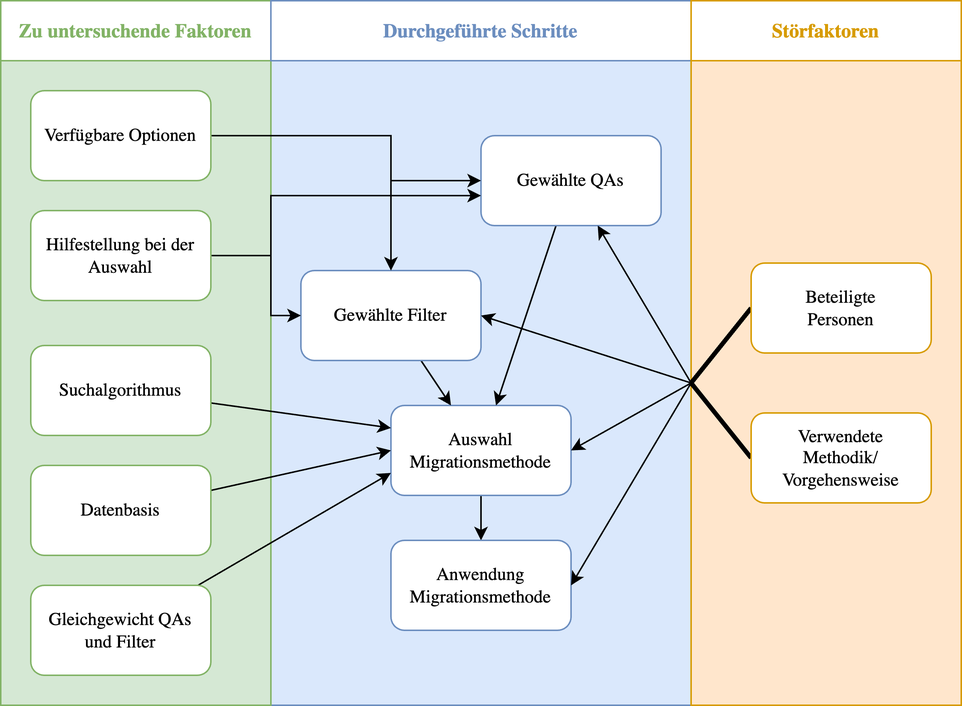
This is graphics/limitations.drawio.png from axherrm/bachelorarbeit, a draw.io export, as it was before one commit. Source tidied: cells renumbered, new cells last; positions are measured from the earlier drawing's top-left corner, leaving out a move shared by most shapes.
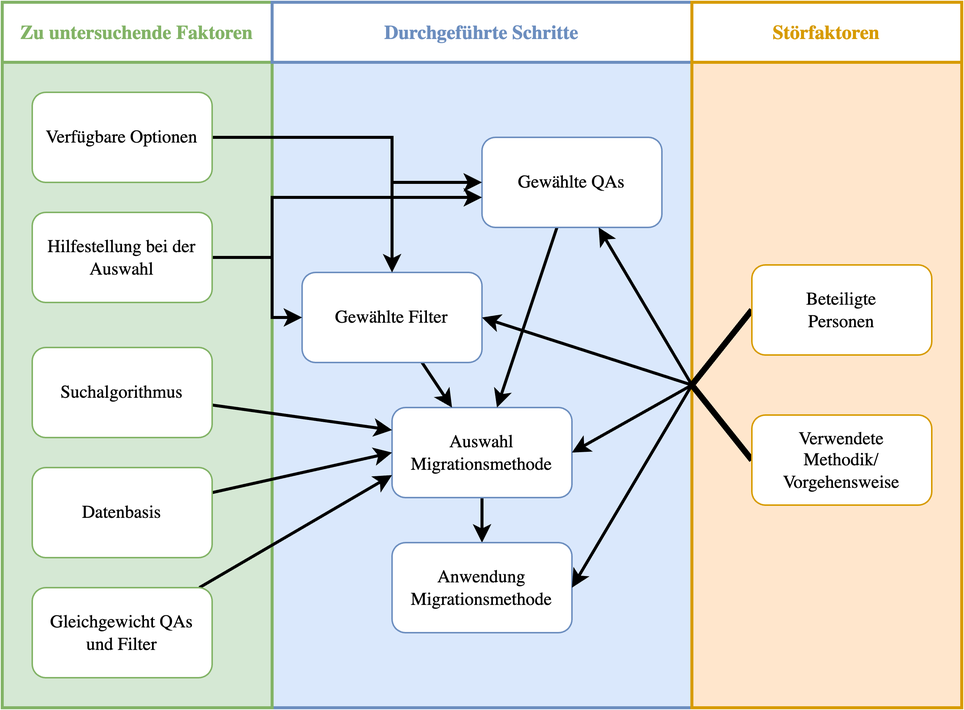
After the commit.

Diff of the diagram source:
```diff
@@ -2,16 +2,16 @@
   <root>
     <mxCell id="0" />
     <mxCell id="1" parent="0" />
-    <mxCell id="2" style="rounded=0;whiteSpace=wrap;html=1;fillColor=#dae8fc;strokeColor=#6c8ebf;fontFamily=TeX Gyre Termes;" parent="1" vertex="1">
+    <mxCell id="2" style="rounded=0;whiteSpace=wrap;html=1;fillColor=#dae8fc;strokeColor=#6c8ebf;fontFamily=TeX Gyre Termes;strokeWidth=2;" parent="1" vertex="1">
       <mxGeometry x="180" y="40" width="280" height="430" as="geometry" />
     </mxCell>
-    <mxCell id="3" style="rounded=0;whiteSpace=wrap;html=1;fillColor=#ffe6cc;strokeColor=#d79b00;fontFamily=TeX Gyre Termes;" parent="1" vertex="1">
+    <mxCell id="3" style="rounded=0;whiteSpace=wrap;html=1;fillColor=#ffe6cc;strokeColor=#d79b00;fontFamily=TeX Gyre Termes;strokeWidth=2;" parent="1" vertex="1">
       <mxGeometry x="460" y="40" width="180" height="430" as="geometry" />
     </mxCell>
-    <mxCell id="4" style="rounded=0;whiteSpace=wrap;html=1;fillColor=#d5e8d4;strokeColor=#82b366;fontFamily=TeX Gyre Termes;" parent="1" vertex="1">
+    <mxCell id="4" style="rounded=0;whiteSpace=wrap;html=1;fillColor=#d5e8d4;strokeColor=#82b366;fontFamily=TeX Gyre Termes;strokeWidth=2;" parent="1" vertex="1">
       <mxGeometry y="40" width="180" height="430" as="geometry" />
     </mxCell>
-    <mxCell id="5" style="edgeStyle=orthogonalEdgeStyle;rounded=0;jettySize=auto;html=1;fontFamily=TeX Gyre Termes;" parent="1" edge="1" source="6" target="7">
+    <mxCell id="5" style="edgeStyle=orthogonalEdgeStyle;rounded=0;jettySize=auto;html=1;fontFamily=TeX Gyre Termes;strokeWidth=2;" parent="1" edge="1" source="6" target="7">
       <mxGeometry relative="1" as="geometry" />
     </mxCell>
     <mxCell id="6" value="Auswahl Migrationsmethode" style="rounded=1;whiteSpace=wrap;html=1;fillColor=#FFFFFF;strokeColor=#6c8ebf;fontFamily=TeX Gyre Termes;" parent="1" vertex="1">
@@ -20,19 +20,19 @@
     <mxCell id="7" value="Anwendung Migrationsmethode" style="rounded=1;whiteSpace=wrap;html=1;fillColor=#FFFFFF;strokeColor=#6c8ebf;fontFamily=TeX Gyre Termes;" parent="1" vertex="1">
       <mxGeometry x="260" y="360" width="120" height="60" as="geometry" />
     </mxCell>
-    <mxCell id="8" style="rounded=0;jettySize=auto;html=1;fontFamily=TeX Gyre Termes;" parent="1" edge="1" source="9" target="6">
+    <mxCell id="8" style="rounded=0;jettySize=auto;html=1;fontFamily=TeX Gyre Termes;strokeWidth=2;" parent="1" edge="1" source="9" target="6">
       <mxGeometry relative="1" as="geometry" />
     </mxCell>
     <mxCell id="9" value="Gewählte QAs" style="rounded=1;whiteSpace=wrap;html=1;fillColor=#FFFFFF;strokeColor=#6c8ebf;fontFamily=TeX Gyre Termes;" parent="1" vertex="1">
       <mxGeometry x="320" y="90" width="120" height="60" as="geometry" />
     </mxCell>
-    <mxCell id="10" style="rounded=0;jettySize=auto;html=1;fontFamily=TeX Gyre Termes;" parent="1" edge="1" source="11" target="6">
+    <mxCell id="10" style="rounded=0;jettySize=auto;html=1;fontFamily=TeX Gyre Termes;strokeWidth=2;" parent="1" edge="1" source="11" target="6">
       <mxGeometry relative="1" as="geometry" />
     </mxCell>
     <mxCell id="11" value="Gewählte Filter" style="rounded=1;whiteSpace=wrap;html=1;fillColor=#FFFFFF;strokeColor=#6c8ebf;fontFamily=TeX Gyre Termes;" parent="1" vertex="1">
       <mxGeometry x="200" y="180" width="120" height="60" as="geometry" />
     </mxCell>
-    <mxCell id="12" style="rounded=0;jettySize=auto;html=1;endArrow=none;endFill=0;strokeWidth=3;exitX=0;exitY=0.5;exitDx=0;exitDy=0;fontFamily=TeX Gyre Termes;" parent="1" edge="1" source="13">
+    <mxCell id="12" style="rounded=0;jettySize=auto;html=1;endArrow=none;endFill=0;strokeWidth=4;exitX=0;exitY=0.5;exitDx=0;exitDy=0;fontFamily=TeX Gyre Termes;" parent="1" edge="1" source="13">
       <mxGeometry relative="1" as="geometry">
         <mxPoint x="460" y="255" as="targetPoint" />
       </mxGeometry>
@@ -40,7 +40,7 @@
     <mxCell id="13" value="Beteiligte&lt;br&gt;Personen" style="rounded=1;whiteSpace=wrap;html=1;fillColor=#FFFFFF;strokeColor=#d79b00;fontFamily=TeX Gyre Termes;" parent="1" vertex="1">
       <mxGeometry x="500" y="175" width="120" height="60" as="geometry" />
     </mxCell>
-    <mxCell id="14" style="rounded=0;jettySize=auto;html=1;endArrow=none;endFill=0;strokeWidth=3;exitX=0;exitY=0.5;exitDx=0;exitDy=0;fontFamily=TeX Gyre Termes;" parent="1" edge="1" source="15">
+    <mxCell id="14" style="rounded=0;jettySize=auto;html=1;endArrow=none;endFill=0;strokeWidth=4;exitX=0;exitY=0.5;exitDx=0;exitDy=0;fontFamily=TeX Gyre Termes;" parent="1" edge="1" source="15">
       <mxGeometry relative="1" as="geometry">
         <mxPoint x="460" y="255" as="targetPoint" />
       </mxGeometry>
@@ -48,16 +48,16 @@
     <mxCell id="15" value="Verwendete &lt;br&gt;Methodik/&lt;br&gt;Vorgehensweise" style="rounded=1;whiteSpace=wrap;html=1;fillColor=#FFFFFF;strokeColor=#d79b00;fontFamily=TeX Gyre Termes;" parent="1" vertex="1">
       <mxGeometry x="500" y="275" width="120" height="60" as="geometry" />
     </mxCell>
-    <mxCell id="16" style="rounded=0;jettySize=auto;html=1;entryX=0;entryY=0.25;entryDx=0;entryDy=0;fontFamily=TeX Gyre Termes;" parent="1" edge="1" source="17" target="6">
+    <mxCell id="16" style="rounded=0;jettySize=auto;html=1;entryX=0;entryY=0.25;entryDx=0;entryDy=0;fontFamily=TeX Gyre Termes;strokeWidth=2;" parent="1" edge="1" source="17" target="6">
       <mxGeometry relative="1" as="geometry" />
     </mxCell>
     <mxCell id="17" value="Suchalgorithmus" style="rounded=1;whiteSpace=wrap;html=1;fillColor=#FFFFFF;strokeColor=#82b366;fontFamily=TeX Gyre Termes;" parent="1" vertex="1">
       <mxGeometry x="20" y="230" width="120" height="60" as="geometry" />
     </mxCell>
-    <mxCell id="18" style="rounded=0;jettySize=auto;html=1;edgeStyle=orthogonalEdgeStyle;fontFamily=TeX Gyre Termes;" parent="1" edge="1" source="20" target="11">
+    <mxCell id="18" style="rounded=0;jettySize=auto;html=1;edgeStyle=orthogonalEdgeStyle;fontFamily=TeX Gyre Termes;strokeWidth=2;" parent="1" edge="1" source="20" target="11">
       <mxGeometry relative="1" as="geometry" />
     </mxCell>
-    <mxCell id="19" style="rounded=0;jettySize=auto;html=1;edgeStyle=orthogonalEdgeStyle;fontFamily=TeX Gyre Termes;" parent="1" edge="1" source="20" target="9">
+    <mxCell id="19" style="rounded=0;jettySize=auto;html=1;edgeStyle=orthogonalEdgeStyle;fontFamily=TeX Gyre Termes;strokeWidth=2;" parent="1" edge="1" source="20" target="9">
       <mxGeometry relative="1" as="geometry">
         <Array as="points">
           <mxPoint x="260" y="90" />
@@ -68,7 +68,7 @@
     <mxCell id="20" value="Verfügbare Optionen" style="rounded=1;whiteSpace=wrap;html=1;fillColor=#FFFFFF;strokeColor=#82b366;fontFamily=TeX Gyre Termes;" parent="1" vertex="1">
       <mxGeometry x="20" y="60" width="120" height="60" as="geometry" />
     </mxCell>
-    <mxCell id="21" style="rounded=0;jettySize=auto;html=1;edgeStyle=orthogonalEdgeStyle;fontFamily=TeX Gyre Termes;" parent="1" edge="1" source="23" target="9">
+    <mxCell id="21" style="rounded=0;jettySize=auto;html=1;edgeStyle=orthogonalEdgeStyle;fontFamily=TeX Gyre Termes;strokeWidth=2;" parent="1" edge="1" source="23" target="9">
       <mxGeometry relative="1" as="geometry">
         <Array as="points">
           <mxPoint x="180" y="170" />
@@ -76,7 +76,7 @@
         </Array>
       </mxGeometry>
     </mxCell>
-    <mxCell id="22" style="rounded=0;jettySize=auto;html=1;edgeStyle=orthogonalEdgeStyle;fontFamily=TeX Gyre Termes;" parent="1" edge="1" source="23" target="11">
+    <mxCell id="22" style="rounded=0;jettySize=auto;html=1;edgeStyle=orthogonalEdgeStyle;fontFamily=TeX Gyre Termes;strokeWidth=2;" parent="1" edge="1" source="23" target="11">
       <mxGeometry relative="1" as="geometry">
         <Array as="points">
           <mxPoint x="180" y="170" />
@@ -87,45 +87,45 @@
     <mxCell id="23" value="Hilfestellung bei der Auswahl" style="rounded=1;whiteSpace=wrap;html=1;fillColor=#FFFFFF;strokeColor=#82b366;fontFamily=TeX Gyre Termes;" parent="1" vertex="1">
       <mxGeometry x="20" y="140" width="120" height="60" as="geometry" />
     </mxCell>
-    <mxCell id="24" style="rounded=0;jettySize=auto;html=1;entryX=0;entryY=0.5;entryDx=0;entryDy=0;fontFamily=TeX Gyre Termes;" parent="1" edge="1" source="25" target="6">
+    <mxCell id="24" style="rounded=0;jettySize=auto;html=1;entryX=0;entryY=0.5;entryDx=0;entryDy=0;fontFamily=TeX Gyre Termes;strokeWidth=2;" parent="1" edge="1" source="25" target="6">
       <mxGeometry relative="1" as="geometry" />
     </mxCell>
     <mxCell id="25" value="Datenbasis" style="rounded=1;whiteSpace=wrap;html=1;fillColor=#FFFFFF;strokeColor=#82b366;fontFamily=TeX Gyre Termes;" parent="1" vertex="1">
       <mxGeometry x="20" y="310" width="120" height="60" as="geometry" />
     </mxCell>
-    <mxCell id="26" style="rounded=0;jettySize=auto;html=1;entryX=0;entryY=0.75;entryDx=0;entryDy=0;fontFamily=TeX Gyre Termes;" parent="1" edge="1" source="27" target="6">
+    <mxCell id="26" style="rounded=0;jettySize=auto;html=1;entryX=0;entryY=0.75;entryDx=0;entryDy=0;fontFamily=TeX Gyre Termes;strokeWidth=2;" parent="1" edge="1" source="27" target="6">
       <mxGeometry relative="1" as="geometry" />
     </mxCell>
     <mxCell id="27" value="Gleichgewicht QAs &lt;br&gt;und Filter" style="rounded=1;whiteSpace=wrap;html=1;fillColor=#FFFFFF;strokeColor=#82b366;fontFamily=TeX Gyre Termes;" parent="1" vertex="1">
       <mxGeometry x="20" y="390" width="120" height="60" as="geometry" />
     </mxCell>
-    <mxCell id="28" style="endArrow=classic;html=1;rounded=0;entryX=1;entryY=0.5;entryDx=0;entryDy=0;fontFamily=TeX Gyre Termes;" parent="1" edge="1" target="7">
+    <mxCell id="28" style="endArrow=classic;html=1;rounded=0;entryX=1;entryY=0.5;entryDx=0;entryDy=0;fontFamily=TeX Gyre Termes;strokeWidth=2;" parent="1" edge="1" target="7">
       <mxGeometry relative="1" as="geometry">
         <mxPoint x="460" y="255" as="sourcePoint" />
       </mxGeometry>
     </mxCell>
-    <mxCell id="29" style="endArrow=classic;html=1;rounded=0;entryX=1;entryY=0.5;entryDx=0;entryDy=0;fontFamily=TeX Gyre Termes;" parent="1" edge="1" target="6">
+    <mxCell id="29" style="endArrow=classic;html=1;rounded=0;entryX=1;entryY=0.5;entryDx=0;entryDy=0;fontFamily=TeX Gyre Termes;strokeWidth=2;" parent="1" edge="1" target="6">
       <mxGeometry relative="1" as="geometry">
         <mxPoint x="460" y="255" as="sourcePoint" />
       </mxGeometry>
     </mxCell>
-    <mxCell id="30" style="endArrow=classic;html=1;rounded=0;entryX=1;entryY=0.5;entryDx=0;entryDy=0;fontFamily=TeX Gyre Termes;" parent="1" edge="1" target="11">
+    <mxCell id="30" style="endArrow=classic;html=1;rounded=0;entryX=1;entryY=0.5;entryDx=0;entryDy=0;fontFamily=TeX Gyre Termes;strokeWidth=2;" parent="1" edge="1" target="11">
       <mxGeometry relative="1" as="geometry">
         <mxPoint x="460" y="255" as="sourcePoint" />
       </mxGeometry>
     </mxCell>
-    <mxCell id="31" style="endArrow=classic;html=1;rounded=0;fontFamily=TeX Gyre Termes;" parent="1" edge="1" target="9">
+    <mxCell id="31" style="endArrow=classic;html=1;rounded=0;fontFamily=TeX Gyre Termes;strokeWidth=2;" parent="1" edge="1" target="9">
       <mxGeometry relative="1" as="geometry">
         <mxPoint x="460" y="255" as="sourcePoint" />
       </mxGeometry>
     </mxCell>
-    <mxCell id="32" value="Zu untersuchende Faktoren" style="rounded=0;whiteSpace=wrap;html=1;fontStyle=1;fontSize=13;fontColor=#82B366;strokeColor=#82B366;fontFamily=TeX Gyre Termes;" parent="1" vertex="1">
+    <mxCell id="32" value="Zu untersuchende Faktoren" style="rounded=0;whiteSpace=wrap;html=1;fontStyle=1;fontSize=13;fontColor=#82B366;strokeColor=#82B366;fontFamily=TeX Gyre Termes;strokeWidth=2;" parent="1" vertex="1">
       <mxGeometry width="180" height="40" as="geometry" />
     </mxCell>
-    <mxCell id="33" value="Durchgeführte Schritte" style="rounded=0;whiteSpace=wrap;html=1;fontStyle=1;fontSize=13;fontColor=#6C8EBF;strokeColor=#6C8EBF;fontFamily=TeX Gyre Termes;" parent="1" vertex="1">
+    <mxCell id="33" value="Durchgeführte Schritte" style="rounded=0;whiteSpace=wrap;html=1;fontStyle=1;fontSize=13;fontColor=#6C8EBF;strokeColor=#6C8EBF;fontFamily=TeX Gyre Termes;strokeWidth=2;" parent="1" vertex="1">
       <mxGeometry x="180" width="280" height="40" as="geometry" />
     </mxCell>
-    <mxCell id="34" value="Störfaktoren" style="rounded=0;whiteSpace=wrap;html=1;fontStyle=1;fontSize=13;fontColor=#D79B00;strokeColor=#D79B00;fontFamily=TeX Gyre Termes;" parent="1" vertex="1">
+    <mxCell id="34" value="Störfaktoren" style="rounded=0;whiteSpace=wrap;html=1;fontStyle=1;fontSize=13;fontColor=#D79B00;strokeColor=#D79B00;fontFamily=TeX Gyre Termes;strokeWidth=2;" parent="1" vertex="1">
       <mxGeometry x="460" width="180" height="40" as="geometry" />
     </mxCell>
   </root>
```
